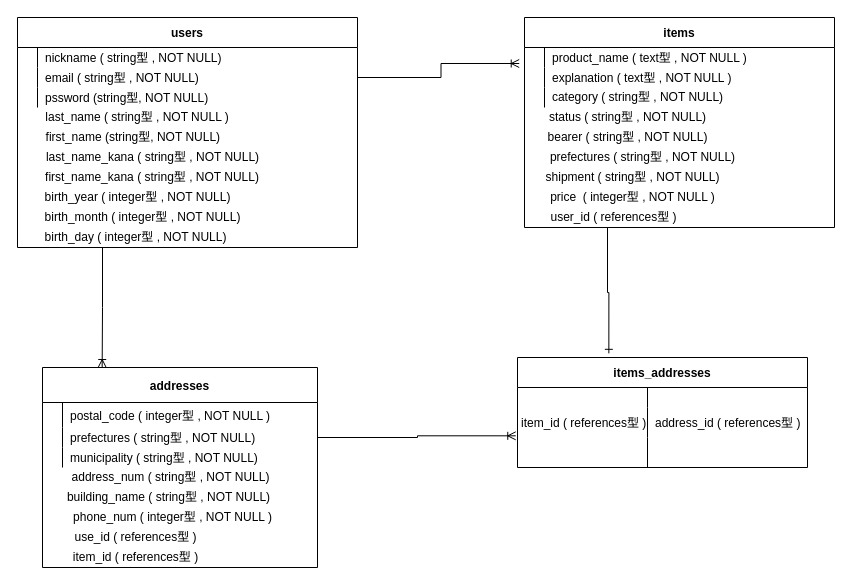
Above: furima.dio in gate-bot/furima-32579 (draw.io), before the change. Source tidied: cells renumbered, new cells numbered last; positions are measured from the earlier drawing's top-left corner, leaving out a move shared by most shapes. Both pictures are drawn from the tidied source at 100%, with x=0, y=0 at pixel (17, 17).
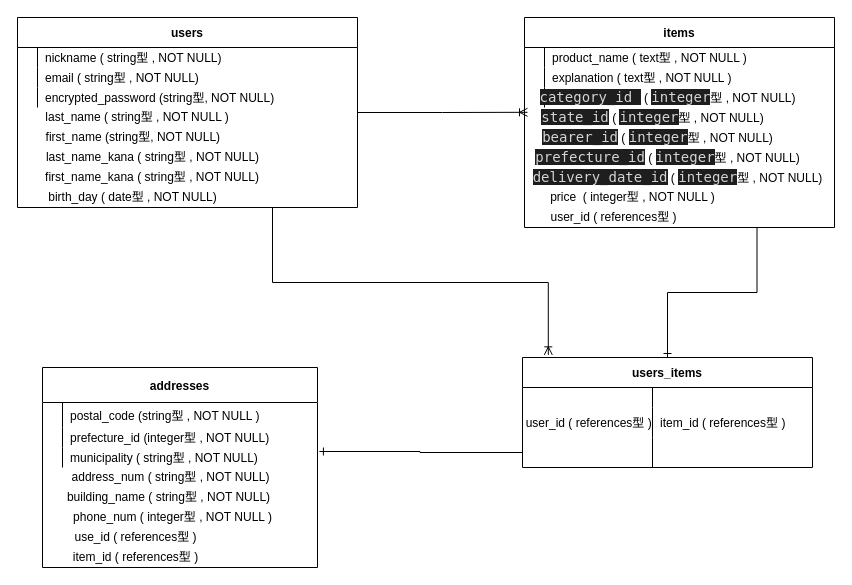
After the change.

Unchanged cells that the change refers to:
```xml
<mxCell id="7" style="shape=partialRectangle;fillColor=none;top=0;left=0;bottom=0;right=0;points=[[0,0.5],[1,0.5]];portConstraint=eastwest;" parent="3" vertex="1">
  <mxGeometry y="50" width="340" height="20" as="geometry" />
</mxCell>
<mxCell id="10" style="shape=partialRectangle;fillColor=none;top=0;left=0;bottom=0;right=0;" parent="3" vertex="1">
  <mxGeometry y="70" width="340" height="20" as="geometry" />
</mxCell>
<mxCell id="17" style="shape=partialRectangle;fillColor=none;top=0;left=0;bottom=0;right=0;points=[[0,0.5],[1,0.5]];portConstraint=eastwest;" parent="13" vertex="1">
  <mxGeometry y="50" width="290" height="30" as="geometry" />
</mxCell>
<mxCell id="20" style="shape=partialRectangle;fillColor=none;top=0;left=0;bottom=0;right=0;points=[[0,0.5],[1,0.5]];portConstraint=eastwest;" parent="13" vertex="1">
  <mxGeometry y="80" width="290" height="30" as="geometry" />
</mxCell>
<mxCell id="23" value="items" style="shape=table;startSize=30;childLayout=tableLayout;rowLines=0;fontStyle=1;align=center;" parent="1" vertex="1">
  <mxGeometry x="507" width="310" height="210" as="geometry" />
</mxCell>
<mxCell id="24" style="shape=partialRectangle;fillColor=none;top=0;left=0;bottom=0;right=0;points=[[0,0.5],[1,0.5]];portConstraint=eastwest;" parent="23" vertex="1">
  <mxGeometry y="30" width="310" height="20" as="geometry" />
</mxCell>
<mxCell id="33" value="addresses" style="shape=table;startSize=35;childLayout=tableLayout;rowLines=0;fontStyle=1;align=center;" parent="1" vertex="1">
  <mxGeometry x="25" y="350" width="275" height="200" as="geometry" />
</mxCell>
<mxCell id="34" style="shape=partialRectangle;fillColor=none;top=0;left=0;bottom=0;right=0;" parent="33" vertex="1">
  <mxGeometry y="35" width="275" height="25" as="geometry" />
</mxCell>
<mxCell id="37" style="shape=partialRectangle;fillColor=none;top=0;left=0;bottom=0;right=0;points=[[0,0.5],[1,0.5]];portConstraint=eastwest;" parent="33" vertex="1">
  <mxGeometry y="60" width="275" height="20" as="geometry" />
</mxCell>
<mxCell id="40" style="shape=partialRectangle;fillColor=none;top=0;left=0;bottom=0;right=0;points=[[0,0.5],[1,0.5]];portConstraint=eastwest;" parent="33" vertex="1">
  <mxGeometry y="80" width="275" height="20" as="geometry" />
</mxCell>
<mxCell id="58" value="　user_id ( references型 )" style="text;html=1;align=center;verticalAlign=middle;points=[];" parent="1" vertex="1">
  <mxGeometry x="515" y="190" width="150" height="20" as="geometry" />
</mxCell>
```

Change to the diagram source:
```diff
@@
-    <mxCell id="2" style="edgeStyle=orthogonalEdgeStyle;rounded=0;jettySize=auto;html=1;exitX=0.25;exitY=1;exitDx=0;exitDy=0;entryX=0.217;entryY=0;entryDx=0;entryDy=0;entryPerimeter=0;endArrow=ERoneToMany;endFill=0;" parent="1" edge="1" source="3" target="33">
-      <mxGeometry relative="1" as="geometry" />
-    </mxCell>
+    <mxCell id="65" style="edgeStyle=orthogonalEdgeStyle;rounded=0;jettySize=auto;html=1;exitX=0.75;exitY=1;exitDx=0;exitDy=0;entryX=0.089;entryY=-0.024;entryDx=0;entryDy=0;entryPerimeter=0;endArrow=ERoneToMany;endFill=0;" parent="1" edge="1" source="3" target="13">
+      <mxGeometry relative="1" as="geometry" />
+    </mxCell>
+    <mxCell id="66" style="edgeStyle=orthogonalEdgeStyle;rounded=0;jettySize=auto;html=1;exitX=1;exitY=0.5;exitDx=0;exitDy=0;endArrow=ERoneToMany;endFill=0;" parent="1" edge="1" source="3">
+      <mxGeometry relative="1" as="geometry">
+        <mxPoint x="510" y="94.8" as="targetPoint" />
+      </mxGeometry>
+    </mxCell>
     <mxCell id="3" value="users" style="shape=table;startSize=30;childLayout=tableLayout;rowLines=0;fontStyle=1;align=center;" parent="1" vertex="1">
-      <mxGeometry width="340" height="230" as="geometry" />
+      <mxGeometry width="340" height="190" as="geometry" />
     </mxCell>
@@
-    <mxCell id="12" value="pssword (string型, NOT NULL)" style="shape=partialRectangle;fillColor=none;top=0;left=0;bottom=0;right=0;align=left;spacingLeft=6;overflow=hidden;" parent="10" vertex="1">
+    <mxCell id="12" value="encrypted_password (string型, NOT NULL)" style="shape=partialRectangle;fillColor=none;top=0;left=0;bottom=0;right=0;align=left;spacingLeft=6;overflow=hidden;" parent="10" vertex="1">
       <mxGeometry x="20" width="320" height="20" as="geometry" />
     </mxCell>
-    <mxCell id="13" value="items_addresses" style="shape=table;startSize=30;childLayout=tableLayout;rowLines=0;fontStyle=1;align=center;" parent="1" vertex="1">
-      <mxGeometry x="500" y="340" width="290" height="110" as="geometry" />
+    <mxCell id="13" value="users_items" style="shape=table;startSize=30;childLayout=tableLayout;rowLines=0;fontStyle=1;align=center;" parent="1" vertex="1">
+      <mxGeometry x="505" y="340" width="290" height="110" as="geometry" />
     </mxCell>
@@
-    <mxCell id="18" value=" item_id ( references型 )" style="shape=partialRectangle;fillColor=none;top=0;left=0;bottom=0;right=0;overflow=hidden;" parent="17" vertex="1">
+    <mxCell id="18" value=" user_id ( references型 )" style="shape=partialRectangle;fillColor=none;top=0;left=0;bottom=0;right=0;overflow=hidden;" parent="17" vertex="1">
       <mxGeometry width="130" height="30" as="geometry" />
     </mxCell>
-    <mxCell id="19" value="address_id ( references型 )" style="shape=partialRectangle;fillColor=none;top=0;left=0;bottom=0;right=0;align=left;spacingLeft=6;overflow=hidden;" parent="17" vertex="1">
+    <mxCell id="19" value="item_id ( references型 )" style="shape=partialRectangle;fillColor=none;top=0;left=0;bottom=0;right=0;align=left;spacingLeft=6;overflow=hidden;" parent="17" vertex="1">
       <mxGeometry x="130" width="160" height="30" as="geometry" />
     </mxCell>
@@
+    <mxCell id="67" style="edgeStyle=orthogonalEdgeStyle;rounded=0;jettySize=auto;html=1;exitX=0.75;exitY=1;exitDx=0;exitDy=0;endArrow=ERone;endFill=0;" parent="1" edge="1" source="23" target="13">
+      <mxGeometry relative="1" as="geometry" />
+    </mxCell>
@@
-    <mxCell id="36" value="postal_code ( integer型 , NOT NULL )" style="shape=partialRectangle;fillColor=none;top=0;left=0;bottom=0;right=0;align=left;spacingLeft=6;overflow=hidden;" parent="34" vertex="1">
+    <mxCell id="36" value="postal_code (string型 , NOT NULL )" style="shape=partialRectangle;fillColor=none;top=0;left=0;bottom=0;right=0;align=left;spacingLeft=6;overflow=hidden;" parent="34" vertex="1">
       <mxGeometry x="20" width="255" height="25" as="geometry" />
     </mxCell>
@@
-    <mxCell id="39" value="prefectures ( string型 , NOT NULL)" style="shape=partialRectangle;fillColor=none;top=0;left=0;bottom=0;right=0;align=left;spacingLeft=6;overflow=hidden;" parent="37" vertex="1">
+    <mxCell id="39" value="prefecture_id (integer型 , NOT NULL)" style="shape=partialRectangle;fillColor=none;top=0;left=0;bottom=0;right=0;align=left;spacingLeft=6;overflow=hidden;" parent="37" vertex="1">
       <mxGeometry x="20" width="255" height="20" as="geometry" />
     </mxCell>
@@
-    <mxCell id="43" style="edgeStyle=orthogonalEdgeStyle;rounded=0;jettySize=auto;html=1;exitX=1;exitY=0.5;exitDx=0;exitDy=0;entryX=-0.017;entryY=0.8;entryDx=0;entryDy=0;entryPerimeter=0;endArrow=ERoneToMany;endFill=0;" parent="1" edge="1" source="7" target="24">
-      <mxGeometry relative="1" as="geometry" />
-    </mxCell>
@@
-    <mxCell id="48" value="birth_year&amp;nbsp;&lt;span style=&quot;text-align: left&quot;&gt;( integer型 , NOT NULL)&lt;/span&gt;" style="text;html=1;align=center;verticalAlign=middle;" parent="1" vertex="1">
-      <mxGeometry x="20" y="170" width="200" height="20" as="geometry" />
-    </mxCell>
-    <mxCell id="49" value="birth_month&amp;nbsp;&lt;span style=&quot;text-align: left&quot;&gt;( integer型 , NOT NULL)&lt;/span&gt;" style="text;html=1;align=center;verticalAlign=middle;" parent="1" vertex="1">
-      <mxGeometry x="20" y="190" width="210" height="20" as="geometry" />
-    </mxCell>
-    <mxCell id="50" value="birth_day&amp;nbsp;&lt;span style=&quot;text-align: left&quot;&gt;( integer型 , NOT NULL)&lt;/span&gt;" style="text;html=1;align=center;verticalAlign=middle;" parent="1" vertex="1">
-      <mxGeometry x="17.5" y="210" width="200" height="20" as="geometry" />
+    <mxCell id="50" value="birth_day&amp;nbsp;&lt;span style=&quot;text-align: left&quot;&gt;( date型 , NOT NULL)&lt;/span&gt;" style="text;html=1;align=center;verticalAlign=middle;" parent="1" vertex="1">
+      <mxGeometry x="25" y="170" width="180" height="20" as="geometry" />
     </mxCell>
-    <mxCell id="51" value="category&amp;nbsp;&lt;span style=&quot;text-align: left&quot;&gt;( string型 , NOT NULL)&lt;/span&gt;" style="text;html=1;align=center;verticalAlign=middle;" parent="1" vertex="1">
-      <mxGeometry x="525" y="70" width="190" height="20" as="geometry" />
+    <mxCell id="51" value="&lt;span style=&quot;background-color: rgb(30 , 30 , 30) ; color: rgb(212 , 212 , 212) ; font-family: &amp;#34;ricty diminished&amp;#34; , &amp;#34;menlo&amp;#34; , &amp;#34;monaco&amp;#34; , &amp;#34;courier new&amp;#34; , monospace ; font-size: 14px&quot;&gt;category_id &lt;/span&gt;&amp;nbsp;&lt;span style=&quot;text-align: left&quot;&gt;(&amp;nbsp;&lt;/span&gt;&lt;span style=&quot;background-color: rgb(30 , 30 , 30) ; color: rgb(212 , 212 , 212) ; font-family: &amp;#34;ricty diminished&amp;#34; , &amp;#34;menlo&amp;#34; , &amp;#34;monaco&amp;#34; , &amp;#34;courier new&amp;#34; , monospace ; font-size: 14px&quot;&gt;integer&lt;/span&gt;&lt;span style=&quot;text-align: left&quot;&gt;型 , NOT NULL)&lt;/span&gt;" style="text;html=1;align=center;verticalAlign=middle;" parent="1" vertex="1">
+      <mxGeometry x="530" y="70" width="240" height="20" as="geometry" />
     </mxCell>
-    <mxCell id="52" value="status&amp;nbsp;&lt;span style=&quot;text-align: left&quot;&gt;( string型 , NOT NULL)&lt;/span&gt;" style="text;html=1;align=center;verticalAlign=middle;" parent="1" vertex="1">
-      <mxGeometry x="525" y="90" width="170" height="20" as="geometry" />
+    <mxCell id="52" value="&lt;span style=&quot;background-color: rgb(30 , 30 , 30) ; color: rgb(212 , 212 , 212) ; font-family: &amp;#34;ricty diminished&amp;#34; , &amp;#34;menlo&amp;#34; , &amp;#34;monaco&amp;#34; , &amp;#34;courier new&amp;#34; , monospace ; font-size: 14px&quot;&gt;state_id&lt;/span&gt;&amp;nbsp;&lt;span style=&quot;text-align: left&quot;&gt;(&amp;nbsp;&lt;/span&gt;&lt;span style=&quot;background-color: rgb(30 , 30 , 30) ; color: rgb(212 , 212 , 212) ; font-family: &amp;#34;ricty diminished&amp;#34; , &amp;#34;menlo&amp;#34; , &amp;#34;monaco&amp;#34; , &amp;#34;courier new&amp;#34; , monospace ; font-size: 14px&quot;&gt;integer&lt;/span&gt;&lt;span style=&quot;text-align: left&quot;&gt;型 , NOT NULL)&lt;/span&gt;" style="text;html=1;align=center;verticalAlign=middle;" parent="1" vertex="1">
+      <mxGeometry x="525" y="90" width="220" height="20" as="geometry" />
     </mxCell>
-    <mxCell id="53" value="bearer&amp;nbsp;&lt;span style=&quot;text-align: left&quot;&gt;( string型 , NOT NULL)&lt;/span&gt;" style="text;html=1;align=center;verticalAlign=middle;" parent="1" vertex="1">
-      <mxGeometry x="520" y="110" width="180" height="20" as="geometry" />
+    <mxCell id="53" value="&lt;span style=&quot;background-color: rgb(30 , 30 , 30) ; color: rgb(212 , 212 , 212) ; font-family: &amp;#34;ricty diminished&amp;#34; , &amp;#34;menlo&amp;#34; , &amp;#34;monaco&amp;#34; , &amp;#34;courier new&amp;#34; , monospace ; font-size: 14px&quot;&gt;bearer_id&lt;/span&gt;&amp;nbsp;&lt;span style=&quot;text-align: left&quot;&gt;(&amp;nbsp;&lt;/span&gt;&lt;span style=&quot;background-color: rgb(30 , 30 , 30) ; color: rgb(212 , 212 , 212) ; font-family: &amp;#34;ricty diminished&amp;#34; , &amp;#34;menlo&amp;#34; , &amp;#34;monaco&amp;#34; , &amp;#34;courier new&amp;#34; , monospace ; font-size: 14px&quot;&gt;integer&lt;/span&gt;&lt;span style=&quot;text-align: left&quot;&gt;型 , NOT NULL)&lt;/span&gt;" style="text;html=1;align=center;verticalAlign=middle;" parent="1" vertex="1">
+      <mxGeometry x="530" y="110" width="220" height="20" as="geometry" />
     </mxCell>
-    <mxCell id="54" value="prefectures&amp;nbsp;&lt;span style=&quot;text-align: left&quot;&gt;( string型 , NOT NULL)&lt;/span&gt;" style="text;html=1;align=center;verticalAlign=middle;" parent="1" vertex="1">
-      <mxGeometry x="525" y="130" width="200" height="20" as="geometry" />
+    <mxCell id="54" value="&lt;span style=&quot;background-color: rgb(30 , 30 , 30) ; color: rgb(212 , 212 , 212) ; font-family: &amp;#34;ricty diminished&amp;#34; , &amp;#34;menlo&amp;#34; , &amp;#34;monaco&amp;#34; , &amp;#34;courier new&amp;#34; , monospace ; font-size: 14px&quot;&gt;prefecture_id&lt;/span&gt;&amp;nbsp;&lt;span style=&quot;text-align: left&quot;&gt;(&amp;nbsp;&lt;/span&gt;&lt;span style=&quot;background-color: rgb(30 , 30 , 30) ; color: rgb(212 , 212 , 212) ; font-family: &amp;#34;ricty diminished&amp;#34; , &amp;#34;menlo&amp;#34; , &amp;#34;monaco&amp;#34; , &amp;#34;courier new&amp;#34; , monospace ; font-size: 14px&quot;&gt;integer&lt;/span&gt;&lt;span style=&quot;text-align: left&quot;&gt;型 , NOT NULL)&lt;/span&gt;" style="text;html=1;align=center;verticalAlign=middle;" parent="1" vertex="1">
+      <mxGeometry x="525" y="130" width="250" height="20" as="geometry" />
     </mxCell>
-    <mxCell id="55" value="shipment&amp;nbsp;&lt;span style=&quot;text-align: left&quot;&gt;( string型 , NOT NULL)&lt;/span&gt;" style="text;html=1;align=center;verticalAlign=middle;" parent="1" vertex="1">
-      <mxGeometry x="520" y="150" width="190" height="20" as="geometry" />
+    <mxCell id="55" value="&lt;span style=&quot;background-color: rgb(30 , 30 , 30) ; color: rgb(212 , 212 , 212) ; font-family: &amp;#34;ricty diminished&amp;#34; , &amp;#34;menlo&amp;#34; , &amp;#34;monaco&amp;#34; , &amp;#34;courier new&amp;#34; , monospace ; font-size: 14px&quot;&gt;delivery_date_id&lt;/span&gt;&amp;nbsp;&lt;span style=&quot;text-align: left&quot;&gt;(&amp;nbsp;&lt;/span&gt;&lt;span style=&quot;background-color: rgb(30 , 30 , 30) ; color: rgb(212 , 212 , 212) ; font-family: &amp;#34;ricty diminished&amp;#34; , &amp;#34;menlo&amp;#34; , &amp;#34;monaco&amp;#34; , &amp;#34;courier new&amp;#34; , monospace ; font-size: 14px&quot;&gt;integer&lt;/span&gt;&lt;span style=&quot;text-align: left&quot;&gt;型 , NOT NULL)&lt;/span&gt;" style="text;html=1;align=center;verticalAlign=middle;" parent="1" vertex="1">
+      <mxGeometry x="525" y="150" width="270" height="20" as="geometry" />
     </mxCell>
@@
-    <mxCell id="57" style="edgeStyle=orthogonalEdgeStyle;rounded=0;jettySize=auto;html=1;entryX=0.315;entryY=-0.038;entryDx=0;entryDy=0;entryPerimeter=0;endArrow=ERone;endFill=0;" parent="1" edge="1" source="58" target="13">
-      <mxGeometry relative="1" as="geometry" />
-    </mxCell>
@@
-    <mxCell id="64" style="edgeStyle=orthogonalEdgeStyle;rounded=0;jettySize=auto;html=1;exitX=1;exitY=0.5;exitDx=0;exitDy=0;entryX=-0.006;entryY=0.944;entryDx=0;entryDy=0;entryPerimeter=0;endArrow=ERoneToMany;endFill=0;" parent="1" edge="1" source="37" target="17">
-      <mxGeometry relative="1" as="geometry" />
-    </mxCell>
+    <mxCell id="68" style="edgeStyle=orthogonalEdgeStyle;rounded=0;jettySize=auto;html=1;exitX=0;exitY=0.5;exitDx=0;exitDy=0;entryX=1.007;entryY=0.2;entryDx=0;entryDy=0;entryPerimeter=0;endArrow=ERone;endFill=0;" parent="1" edge="1" source="20" target="40">
+      <mxGeometry relative="1" as="geometry" />
+    </mxCell>
```
